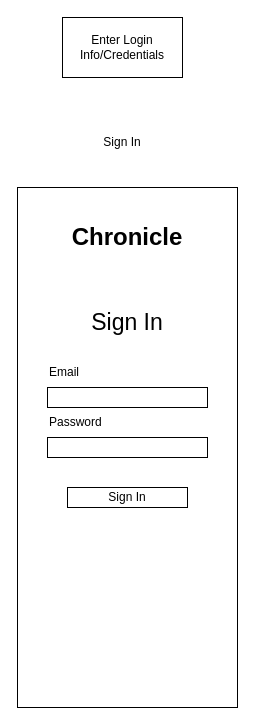
Above: page "LogIn" (4 of 15) of Chronicle_Initial_App_Wireframe_Designs.drawio in Vaibhav-G-Parmar/Chronicle-Your-Ultimate-Travel-Companion (draw.io), before the change. Source tidied: cells renumbered, new cells numbered last; positions are measured from the earlier drawing's top-left corner, leaving out a move shared by most shapes. Both pictures are drawn from the tidied source at 100%, with x=0, y=0 at pixel (17, 17).
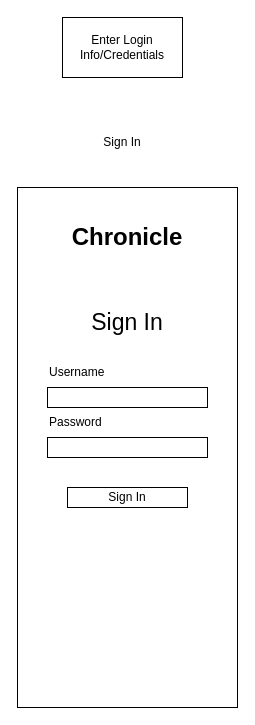
The same diagram, later.

The edit, as a diff of the source:
```diff
@@
 <mxGraphModel>
   <root>
     <mxCell id="0" />
     <mxCell id="1" parent="0" />
     <mxCell id="2" value="Enter Login Info/Credentials" style="rounded=0;whiteSpace=wrap;html=1;" parent="1" vertex="1">
       <mxGeometry x="45" width="120" height="60" as="geometry" />
     </mxCell>
     <mxCell id="3" style="endArrow=none;html=1;rounded=0;" parent="1" edge="1">
       <mxGeometry relative="1" as="geometry">
         <mxPoint x="200" y="210" as="sourcePoint" />
         <mxPoint x="200" y="210" as="targetPoint" />
       </mxGeometry>
     </mxCell>
     <mxCell id="4" style="rounded=0;whiteSpace=wrap;html=1;" parent="1" vertex="1">
       <mxGeometry y="170" width="220" height="520" as="geometry" />
     </mxCell>
     <mxCell id="5" value="Sign In" style="text;html=1;strokeColor=none;fillColor=none;align=center;verticalAlign=middle;whiteSpace=wrap;rounded=0;" parent="1" vertex="1">
       <mxGeometry x="75" y="110" width="60" height="30" as="geometry" />
     </mxCell>
     <mxCell id="6" style="rounded=0;whiteSpace=wrap;html=1;" parent="1" vertex="1">
       <mxGeometry x="30" y="370" width="160" height="20" as="geometry" />
     </mxCell>
     <mxCell id="7" style="rounded=0;whiteSpace=wrap;html=1;" parent="1" vertex="1">
       <mxGeometry x="30" y="420" width="160" height="20" as="geometry" />
     </mxCell>
-    <mxCell id="8" value="Email" style="text;html=1;strokeColor=none;fillColor=none;align=left;verticalAlign=middle;whiteSpace=wrap;rounded=0;" parent="1" vertex="1">
+    <mxCell id="8" value="Username" style="text;html=1;strokeColor=none;fillColor=none;align=left;verticalAlign=middle;whiteSpace=wrap;rounded=0;" parent="1" vertex="1">
       <mxGeometry x="30" y="340" width="60" height="30" as="geometry" />
     </mxCell>
     <mxCell id="9" value="Password" style="text;html=1;strokeColor=none;fillColor=none;align=left;verticalAlign=middle;whiteSpace=wrap;rounded=0;" parent="1" vertex="1">
       <mxGeometry x="30" y="390" width="60" height="30" as="geometry" />
     </mxCell>
     <mxCell id="10" value="&lt;font style=&quot;font-size: 23px;&quot;&gt;Sign In&lt;/font&gt;" style="text;html=1;strokeColor=none;fillColor=none;align=center;verticalAlign=middle;whiteSpace=wrap;rounded=0;" parent="1" vertex="1">
       <mxGeometry x="70" y="290" width="80" height="30" as="geometry" />
     </mxCell>
     <mxCell id="11" value="Sign In" style="rounded=0;whiteSpace=wrap;html=1;" parent="1" vertex="1">
       <mxGeometry x="50" y="470" width="120" height="20" as="geometry" />
     </mxCell>
     <mxCell id="12" value="&lt;h1&gt;Chronicle&lt;/h1&gt;&lt;p&gt;&lt;br&gt;&lt;/p&gt;" style="text;html=1;strokeColor=none;fillColor=none;spacing=5;spacingTop=-20;whiteSpace=wrap;overflow=hidden;rounded=0;align=center;" parent="1" vertex="1">
       <mxGeometry x="45" y="200" width="130" height="40" as="geometry" />
     </mxCell>
   </root>
 </mxGraphModel>
```
